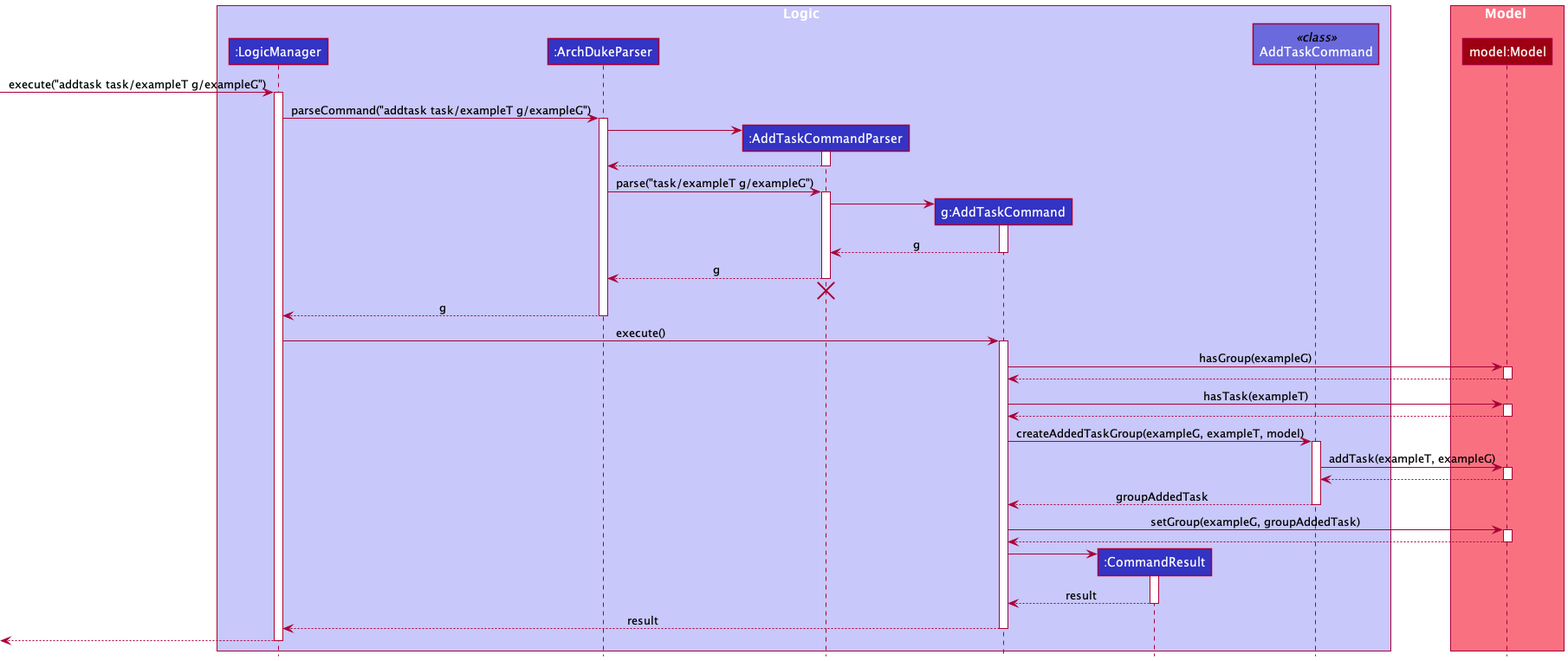
Earlier version of the PlantUML export docs/images/AddTaskSequenceDiagram.png (nus-cs2103-AY2122S2/tp).
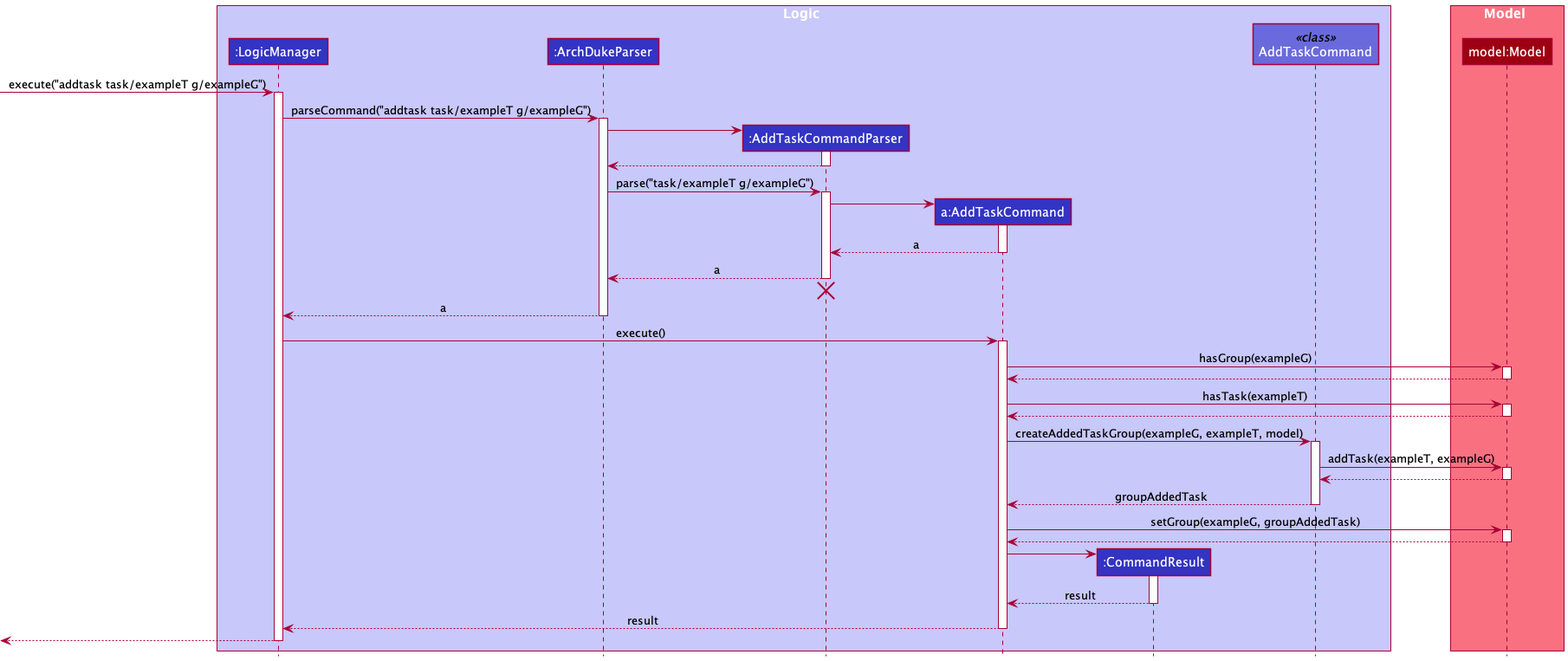
The same file after the commit.

Change to the diagram source:
```diff
@@ -5,7 +5,7 @@
 participant ":LogicManager" as LogicManager LOGIC_COLOR
 participant ":ArchDukeParser" as ArchDukeParser LOGIC_COLOR
 participant ":AddTaskCommandParser" as AddTaskCommandParser LOGIC_COLOR
-participant "g:AddTaskCommand" as AddTaskCommand LOGIC_COLOR
+participant "a:AddTaskCommand" as AddTaskCommand LOGIC_COLOR
 participant ":CommandResult" as CommandResult LOGIC_COLOR
 participant "AddTaskCommand" as AddTaskCommandClass <<class>> LOGIC_COLOR_T2
 end box
@@ -34,16 +34,16 @@
 AddTaskCommandParser -> AddTaskCommand
 activate AddTaskCommand
 
-AddTaskCommand --> AddTaskCommandParser : g
+AddTaskCommand --> AddTaskCommandParser : a
 deactivate AddTaskCommand
 
-AddTaskCommandParser --> ArchDukeParser : g
+AddTaskCommandParser --> ArchDukeParser : a
 deactivate AddTaskCommandParser
 
 AddTaskCommandParser -[hidden]-> ArchDukeParser
 destroy AddTaskCommandParser
 
-ArchDukeParser --> LogicManager : g
+ArchDukeParser --> LogicManager : a
 deactivate ArchDukeParser
 
 LogicManager -> AddTaskCommand : execute()
```
